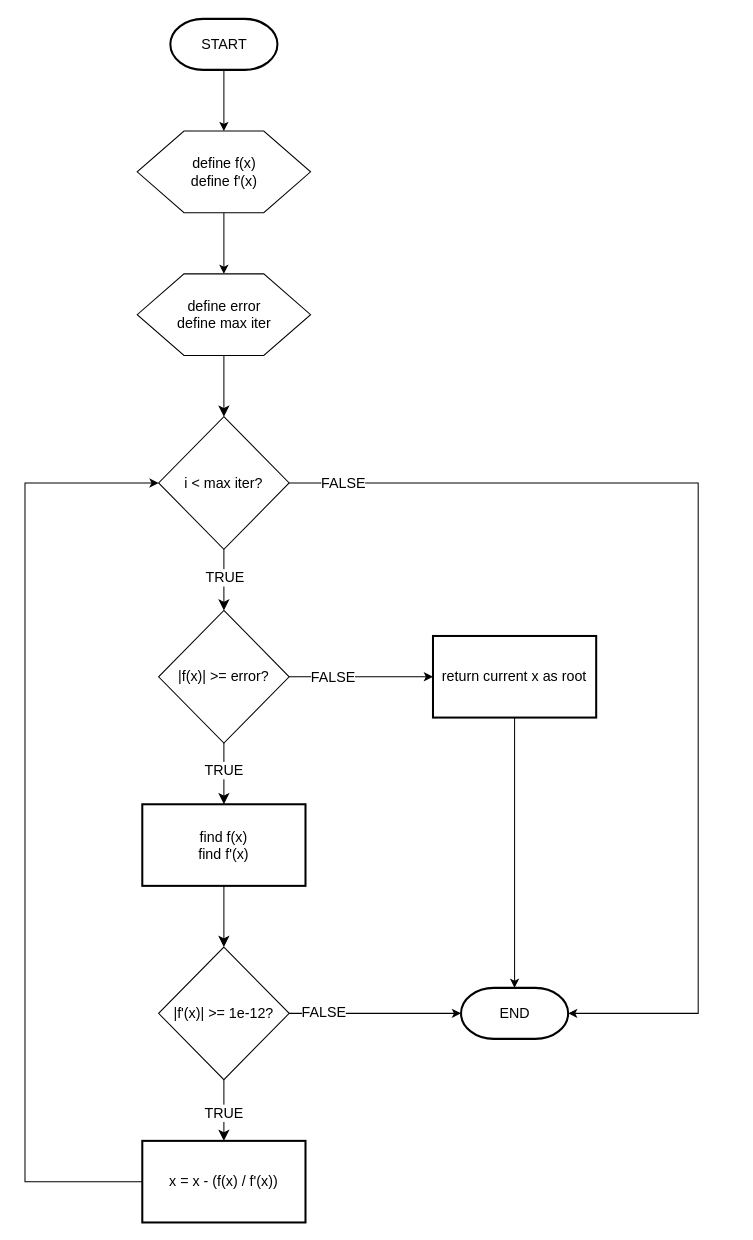
Before: newton-raphson/newton-raphson.drawio in HarisHerdiansyah/computational-math, a draw.io diagram. Source tidied: cells renumbered, new cells numbered last; positions are measured from the earlier drawing's top-left corner, leaving out a move shared by most shapes. Both pictures are drawn from the tidied source at 102%, with x=0, y=0 at pixel (24, 18).
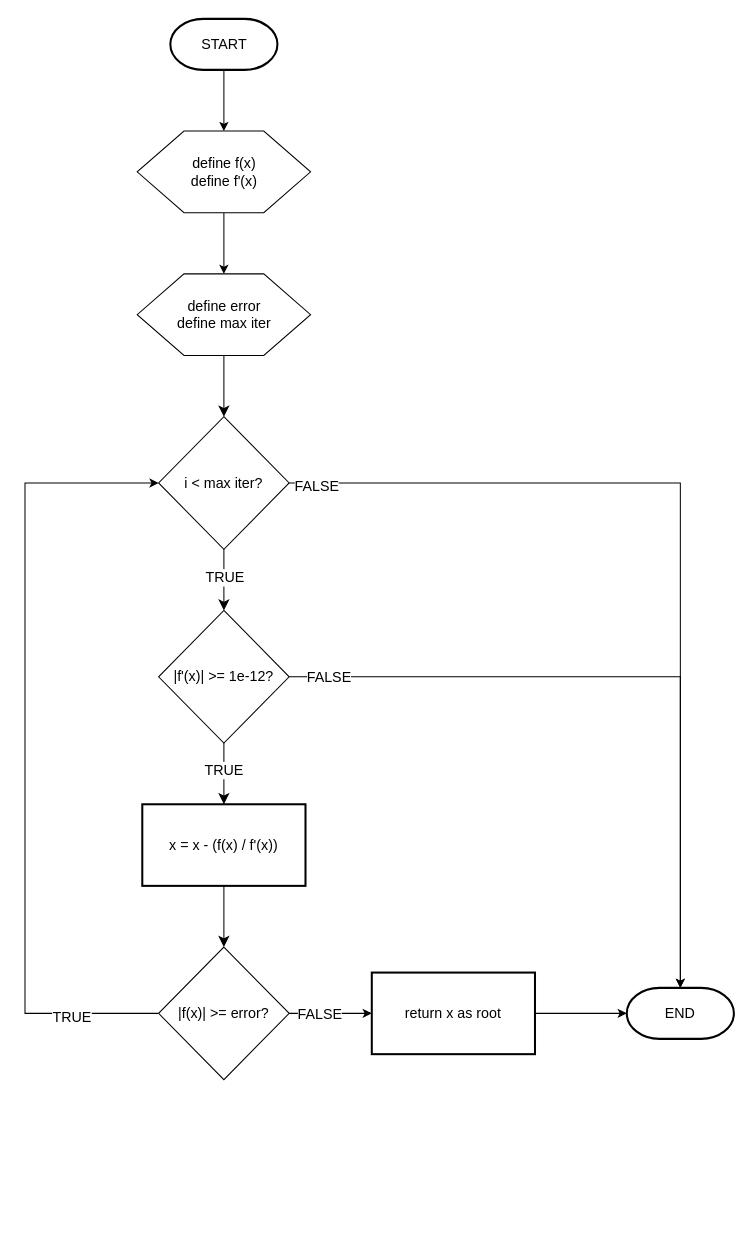
The same page after the edit.

Unchanged cells that the change refers to:
```xml
<mxCell id="10" value="&lt;div&gt;i &amp;lt; max iter?&lt;/div&gt;" style="rhombus;whiteSpace=wrap;html=1;fontSize=14;" parent="1" vertex="1">
  <mxGeometry x="131" y="390" width="128" height="130" as="geometry" />
</mxCell>
```

Diff of the diagram source:
```diff
@@
-    <mxCell id="13" style="edgeStyle=orthogonalEdgeStyle;rounded=0;jettySize=auto;html=1;exitX=1;exitY=0.5;exitDx=0;exitDy=0;entryX=0;entryY=0.5;entryDx=0;entryDy=0;" parent="1" edge="1" source="15" target="24">
-      <mxGeometry relative="1" as="geometry" />
-    </mxCell>
-    <mxCell id="14" value="&lt;font style=&quot;font-size: 14px;&quot;&gt;FALSE&lt;/font&gt;" style="edgeLabel;html=1;align=center;verticalAlign=middle;" parent="13" vertex="1">
-      <mxGeometry x="-0.4" relative="1" as="geometry" />
-    </mxCell>
-    <mxCell id="15" value="|f(x)| &amp;gt;= error?" style="rhombus;whiteSpace=wrap;html=1;fontSize=14;" parent="1" vertex="1">
+    <mxCell id="15" value="|f'(x)| &amp;gt;= 1e-12?" style="rhombus;whiteSpace=wrap;html=1;fontSize=14;" parent="1" vertex="1">
       <mxGeometry x="131" y="580" width="128" height="130" as="geometry" />
     </mxCell>
@@
-    <mxCell id="17" value="find f(x)&lt;div&gt;find f'(x)&lt;/div&gt;" style="rounded=1;whiteSpace=wrap;html=1;absoluteArcSize=1;arcSize=0;strokeWidth=2;fontSize=14;" parent="1" vertex="1">
+    <mxCell id="17" value="x = x - (f(x) / f'(x))" style="rounded=1;whiteSpace=wrap;html=1;absoluteArcSize=1;arcSize=0;strokeWidth=2;fontSize=14;" parent="1" vertex="1">
       <mxGeometry x="115" y="770" width="160" height="80" as="geometry" />
     </mxCell>
-    <mxCell id="18" style="edgeStyle=none;curved=1;rounded=0;jettySize=auto;html=1;fontSize=12;startSize=8;endSize=8;" parent="1" edge="1" source="20" target="22">
-      <mxGeometry relative="1" as="geometry" />
-    </mxCell>
+    <mxCell id="30" style="edgeStyle=orthogonalEdgeStyle;rounded=0;jettySize=auto;html=1;exitX=1;exitY=0.5;exitDx=0;exitDy=0;entryX=0;entryY=0.5;entryDx=0;entryDy=0;" parent="1" edge="1" source="20" target="33">
+      <mxGeometry relative="1" as="geometry" />
+    </mxCell>
+    <mxCell id="31" value="&lt;font style=&quot;font-size: 14px;&quot;&gt;FALSE&lt;/font&gt;" style="edgeLabel;html=1;align=center;verticalAlign=middle;" parent="30" vertex="1">
+      <mxGeometry x="-0.28" relative="1" as="geometry" />
+    </mxCell>
+    <mxCell id="32" style="edgeStyle=orthogonalEdgeStyle;rounded=0;jettySize=auto;html=1;exitX=0;exitY=0.5;exitDx=0;exitDy=0;entryX=0;entryY=0.5;entryDx=0;entryDy=0;" parent="1" edge="1" source="20" target="10">
+      <mxGeometry relative="1" as="geometry">
+        <Array as="points">
+          <mxPoint y="975" />
+          <mxPoint y="455" />
+        </Array>
+      </mxGeometry>
+    </mxCell>
-    <mxCell id="19" value="&lt;font style=&quot;font-size: 14px;&quot;&gt;TRUE&lt;/font&gt;" style="edgeLabel;html=1;align=center;verticalAlign=middle;" parent="18" vertex="1">
-      <mxGeometry x="0.06" y="-1" relative="1" as="geometry" />
+    <mxCell id="19" value="&lt;font style=&quot;font-size: 14px;&quot;&gt;TRUE&lt;/font&gt;" style="edgeLabel;html=1;align=center;verticalAlign=middle;" parent="32" vertex="1">
+      <mxGeometry x="-0.78" y="3" relative="1" as="geometry" />
     </mxCell>
-    <mxCell id="20" value="|f'(x)| &amp;gt;= 1e-12?" style="rhombus;whiteSpace=wrap;html=1;fontSize=14;" parent="1" vertex="1">
+    <mxCell id="20" value="|f(x)| &amp;gt;= error?" style="rhombus;whiteSpace=wrap;html=1;fontSize=14;" parent="1" vertex="1">
       <mxGeometry x="131" y="910" width="128" height="130" as="geometry" />
     </mxCell>
-    <mxCell id="21" style="edgeStyle=orthogonalEdgeStyle;rounded=0;jettySize=auto;html=1;exitX=0;exitY=0.5;exitDx=0;exitDy=0;entryX=0;entryY=0.5;entryDx=0;entryDy=0;" parent="1" edge="1" source="22" target="10">
-      <mxGeometry relative="1" as="geometry">
-        <Array as="points">
-          <mxPoint y="1140" />
-          <mxPoint y="455" />
-        </Array>
-      </mxGeometry>
-    </mxCell>
-    <mxCell id="22" value="x = x - (f(x) / f'(x))" style="rounded=1;whiteSpace=wrap;html=1;absoluteArcSize=1;arcSize=0;strokeWidth=2;fontSize=14;" parent="1" vertex="1">
-      <mxGeometry x="115" y="1100" width="160" height="80" as="geometry" />
-    </mxCell>
-    <mxCell id="23" style="edgeStyle=orthogonalEdgeStyle;rounded=0;jettySize=auto;html=1;exitX=0.5;exitY=1;exitDx=0;exitDy=0;" parent="1" edge="1" source="24" target="25">
-      <mxGeometry relative="1" as="geometry" />
-    </mxCell>
-    <mxCell id="24" value="return current x as root" style="rounded=1;whiteSpace=wrap;html=1;absoluteArcSize=1;arcSize=0;strokeWidth=2;fontSize=14;" parent="1" vertex="1">
-      <mxGeometry x="400" y="605" width="160" height="80" as="geometry" />
-    </mxCell>
+    <mxCell id="33" value="return x as root" style="rounded=1;whiteSpace=wrap;html=1;absoluteArcSize=1;arcSize=0;strokeWidth=2;fontSize=14;" parent="1" vertex="1">
+      <mxGeometry x="340" y="935" width="160" height="80" as="geometry" />
+    </mxCell>
     <mxCell id="25" value="END" style="strokeWidth=2;html=1;shape=mxgraph.flowchart.terminator;whiteSpace=wrap;fontSize=14;" parent="1" vertex="1">
-      <mxGeometry x="427.5" y="950" width="105" height="50" as="geometry" />
+      <mxGeometry x="590" y="950" width="105" height="50" as="geometry" />
     </mxCell>
+    <mxCell id="34" style="edgeStyle=orthogonalEdgeStyle;rounded=0;jettySize=auto;html=1;exitX=1;exitY=0.5;exitDx=0;exitDy=0;entryX=0;entryY=0.5;entryDx=0;entryDy=0;entryPerimeter=0;" parent="1" edge="1" source="33" target="25">
+      <mxGeometry relative="1" as="geometry" />
+    </mxCell>
+    <mxCell id="35" style="edgeStyle=orthogonalEdgeStyle;rounded=0;jettySize=auto;html=1;exitX=1;exitY=0.5;exitDx=0;exitDy=0;entryX=0.5;entryY=0;entryDx=0;entryDy=0;entryPerimeter=0;" parent="1" edge="1" source="15" target="25">
+      <mxGeometry relative="1" as="geometry" />
+    </mxCell>
+    <mxCell id="36" value="&lt;font style=&quot;font-size: 14px;&quot;&gt;FALSE&lt;/font&gt;" style="edgeLabel;html=1;align=center;verticalAlign=middle;" parent="35" vertex="1">
+      <mxGeometry x="-0.89" relative="1" as="geometry" />
+    </mxCell>
-    <mxCell id="26" style="edgeStyle=orthogonalEdgeStyle;rounded=0;jettySize=auto;html=1;exitX=1;exitY=0.5;exitDx=0;exitDy=0;entryX=1;entryY=0.5;entryDx=0;entryDy=0;entryPerimeter=0;" parent="1" edge="1" source="10" target="25">
-      <mxGeometry relative="1" as="geometry">
-        <Array as="points">
-          <mxPoint x="660" y="455" />
-          <mxPoint x="660" y="975" />
-        </Array>
-      </mxGeometry>
+    <mxCell id="26" style="edgeStyle=orthogonalEdgeStyle;rounded=0;jettySize=auto;html=1;exitX=1;exitY=0.5;exitDx=0;exitDy=0;entryX=0.5;entryY=0;entryDx=0;entryDy=0;entryPerimeter=0;" parent="1" edge="1" source="10" target="25">
+      <mxGeometry relative="1" as="geometry" />
     </mxCell>
-    <mxCell id="27" value="&lt;font style=&quot;font-size: 14px;&quot;&gt;FALSE&lt;/font&gt;" style="edgeLabel;html=1;align=center;verticalAlign=middle;" parent="26" vertex="1">
-      <mxGeometry x="-0.9" y="1" relative="1" as="geometry" />
-    </mxCell>
-    <mxCell id="28" style="edgeStyle=orthogonalEdgeStyle;rounded=0;jettySize=auto;html=1;exitX=1;exitY=0.5;exitDx=0;exitDy=0;entryX=0;entryY=0.5;entryDx=0;entryDy=0;entryPerimeter=0;" parent="1" edge="1" source="20" target="25">
-      <mxGeometry relative="1" as="geometry" />
-    </mxCell>
-    <mxCell id="29" value="&lt;font style=&quot;font-size: 14px;&quot;&gt;FALSE&lt;/font&gt;" style="edgeLabel;html=1;align=center;verticalAlign=middle;" parent="28" vertex="1">
-      <mxGeometry x="-0.61" y="2" relative="1" as="geometry" />
-    </mxCell>
+    <mxCell id="37" value="&lt;font style=&quot;font-size: 14px;&quot;&gt;FALSE&lt;/font&gt;" style="edgeLabel;html=1;align=center;verticalAlign=middle;" parent="26" vertex="1">
+      <mxGeometry x="-0.94" y="-2" relative="1" as="geometry" />
+    </mxCell>
```
